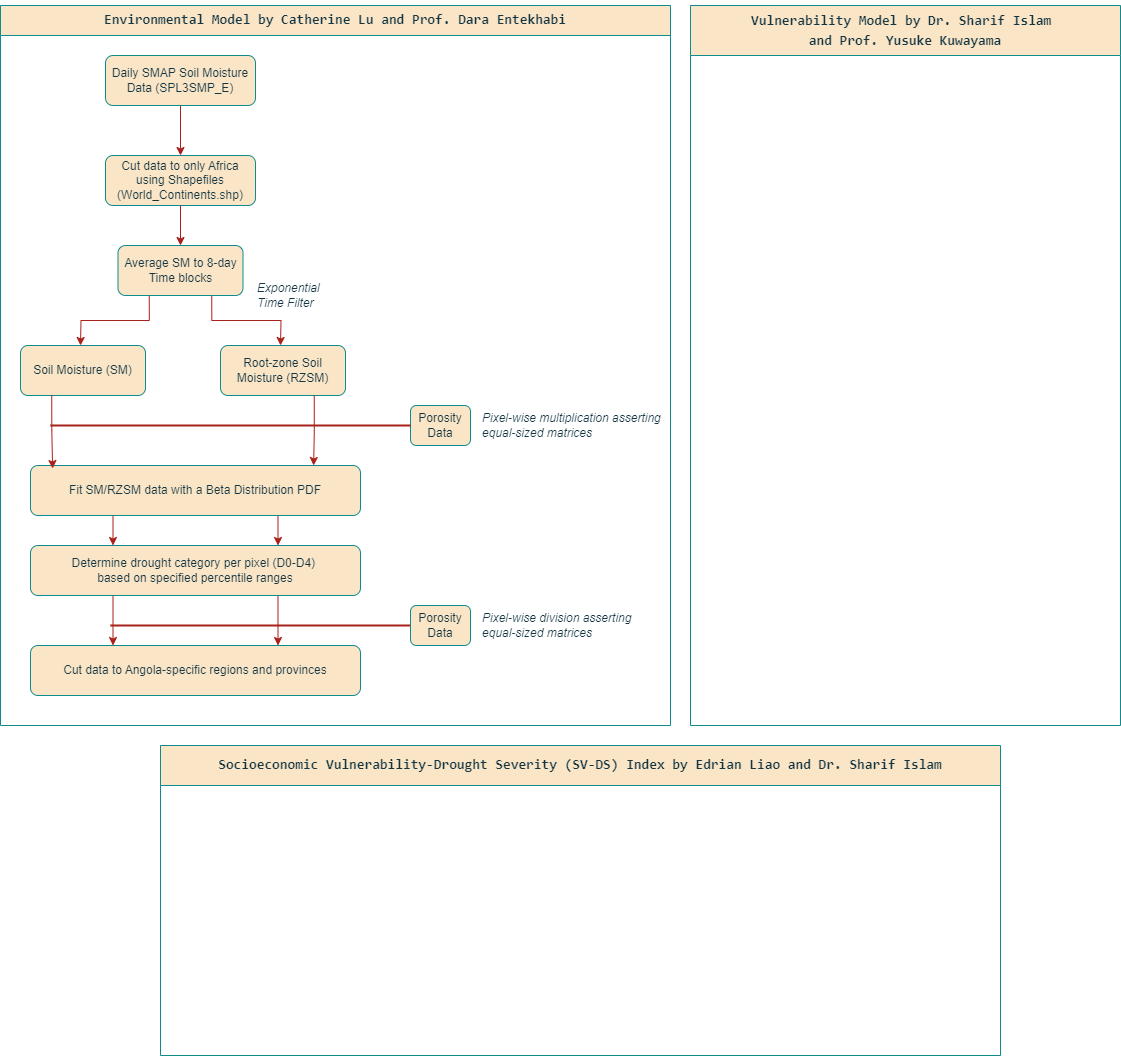
edrian-liao/angola-drought keeps this draw.io diagram as figures/SMAP_data_processing.png. Above is the earlier version. Source tidied: cells renumbered, new cells last; positions are measured from the earlier drawing's top-left corner, leaving out a move shared by most shapes.
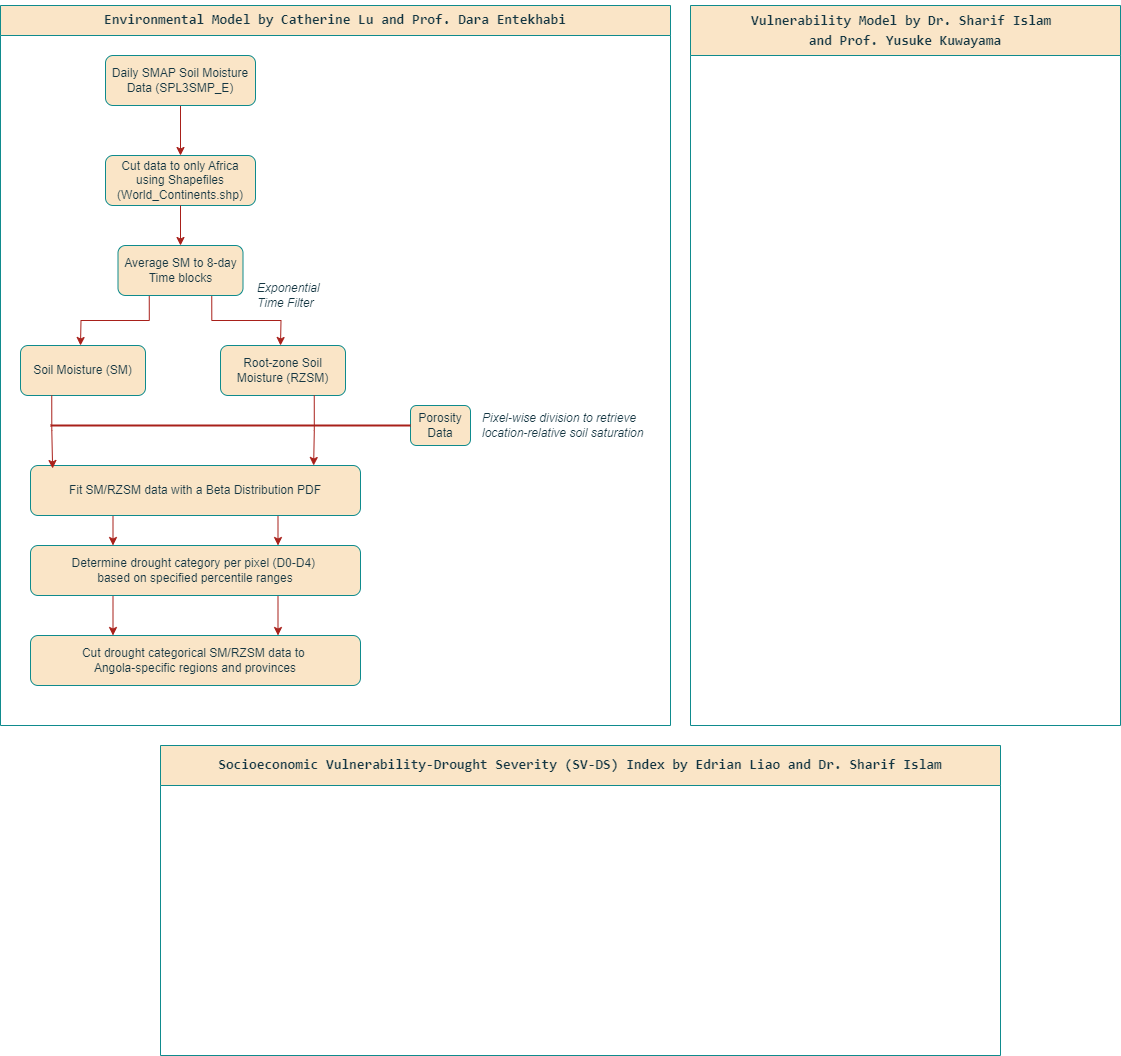
Later version of the same file.

The edit, as a diff of the source:
```diff
@@ -53,8 +53,8 @@
     <mxCell id="16" value="Porosity Data" style="rounded=1;whiteSpace=wrap;html=1;labelBackgroundColor=none;fillColor=#FAE5C7;strokeColor=#0F8B8D;fontColor=#143642;" parent="1" vertex="1">
       <mxGeometry x="410" y="400" width="60" height="40" as="geometry" />
     </mxCell>
-    <mxCell id="17" value="&lt;i&gt;Pixel-wise multiplication asserting&amp;nbsp;&lt;/i&gt;&lt;div&gt;&lt;i&gt;equal-sized matrices&lt;/i&gt;&lt;/div&gt;" style="text;html=1;align=left;verticalAlign=middle;strokeColor=none;fillColor=none;labelBackgroundColor=none;fontColor=#143642;" parent="1" vertex="1">
-      <mxGeometry x="480" y="400" width="210" height="40" as="geometry" />
+    <mxCell id="17" value="&lt;i&gt;Pixel-wise division to retrieve&lt;/i&gt;&lt;div&gt;&lt;i&gt;location-relative soil saturation&amp;nbsp;&lt;/i&gt;&lt;/div&gt;" style="text;html=1;align=left;verticalAlign=middle;strokeColor=none;fillColor=none;labelBackgroundColor=none;fontColor=#143642;" parent="1" vertex="1">
+      <mxGeometry x="480" y="400" width="190" height="40" as="geometry" />
     </mxCell>
     <mxCell id="18" style="edgeStyle=orthogonalEdgeStyle;rounded=0;jettySize=auto;html=1;exitX=0.25;exitY=1;exitDx=0;exitDy=0;entryX=0.25;entryY=0;entryDx=0;entryDy=0;labelBackgroundColor=none;strokeColor=#A8201A;fontColor=default;" parent="1" edge="1" source="20" target="14">
       <mxGeometry relative="1" as="geometry" />
@@ -65,34 +65,23 @@
     <mxCell id="20" value="Fit SM/RZSM data with a Beta Distribution PDF" style="rounded=1;whiteSpace=wrap;html=1;labelBackgroundColor=none;fillColor=#FAE5C7;strokeColor=#0F8B8D;fontColor=#143642;" parent="1" vertex="1">
       <mxGeometry x="30" y="460" width="330" height="50" as="geometry" />
     </mxCell>
-    <mxCell id="21" value="&lt;i&gt;Pixel-wise division asserting&amp;nbsp;&lt;/i&gt;&lt;div&gt;&lt;i&gt;equal-sized matrices&lt;/i&gt;&lt;/div&gt;" style="text;html=1;align=left;verticalAlign=middle;strokeColor=none;fillColor=none;labelBackgroundColor=none;fontColor=#143642;" parent="1" vertex="1">
-      <mxGeometry x="480" y="600" width="180" height="40" as="geometry" />
-    </mxCell>
-    <mxCell id="22" style="endArrow=none;html=1;rounded=0;strokeWidth=2;entryX=0;entryY=0.5;entryDx=0;entryDy=0;labelBackgroundColor=none;strokeColor=#A8201A;fontColor=default;" parent="1" edge="1" target="24">
-      <mxGeometry relative="1" as="geometry">
-        <mxPoint x="110" y="620" as="sourcePoint" />
-      </mxGeometry>
-    </mxCell>
     <mxCell id="23" style="endArrow=none;html=1;rounded=0;entryX=0;entryY=0.5;entryDx=0;entryDy=0;strokeWidth=2;labelBackgroundColor=none;strokeColor=#A8201A;fontColor=default;" parent="1" edge="1" target="16">
       <mxGeometry relative="1" as="geometry">
         <mxPoint x="50" y="420" as="sourcePoint" />
       </mxGeometry>
     </mxCell>
-    <mxCell id="24" value="Porosity Data" style="rounded=1;whiteSpace=wrap;html=1;labelBackgroundColor=none;fillColor=#FAE5C7;strokeColor=#0F8B8D;fontColor=#143642;" parent="1" vertex="1">
-      <mxGeometry x="410" y="600" width="60" height="40" as="geometry" />
-    </mxCell>
     <mxCell id="25" style="edgeStyle=orthogonalEdgeStyle;rounded=0;jettySize=auto;html=1;exitX=0.25;exitY=1;exitDx=0;exitDy=0;entryX=0.067;entryY=0.06;entryDx=0;entryDy=0;entryPerimeter=0;labelBackgroundColor=none;strokeColor=#A8201A;fontColor=default;" parent="1" edge="1" source="11" target="20">
       <mxGeometry relative="1" as="geometry" />
     </mxCell>
     <mxCell id="26" style="edgeStyle=orthogonalEdgeStyle;rounded=0;jettySize=auto;html=1;exitX=0.75;exitY=1;exitDx=0;exitDy=0;entryX=0.858;entryY=0;entryDx=0;entryDy=0;entryPerimeter=0;labelBackgroundColor=none;strokeColor=#A8201A;fontColor=default;" parent="1" edge="1" source="10" target="20">
       <mxGeometry relative="1" as="geometry" />
     </mxCell>
+    <mxCell id="28" value="&lt;pre&gt;&lt;font style=&quot;font-size: 14px;&quot;&gt;Environmental Model by Catherine Lu and Prof. Dara Entekhabi&lt;/font&gt;&lt;/pre&gt;" style="swimlane;whiteSpace=wrap;html=1;startSize=30;labelBackgroundColor=none;fillColor=#FAE5C7;strokeColor=#0F8B8D;fontColor=#143642;" parent="1" vertex="1">
+      <mxGeometry width="670" height="720" as="geometry" />
+    </mxCell>
-    <mxCell id="27" value="Cut data to Angola-specific regions and provinces" style="rounded=1;whiteSpace=wrap;html=1;fontSize=12;glass=0;strokeWidth=1;shadow=0;labelBackgroundColor=none;fillColor=#FAE5C7;strokeColor=#0F8B8D;fontColor=#143642;" parent="1" vertex="1">
-      <mxGeometry x="30" y="640" width="330" height="50" as="geometry" />
+    <mxCell id="27" value="Cut drought categorical SM/RZSM data to&amp;nbsp;&lt;div&gt;Angola-specific regions and provinces&lt;/div&gt;" style="rounded=1;whiteSpace=wrap;html=1;fontSize=12;glass=0;strokeWidth=1;shadow=0;labelBackgroundColor=none;fillColor=#FAE5C7;strokeColor=#0F8B8D;fontColor=#143642;" parent="28" vertex="1">
+      <mxGeometry x="30" y="630" width="330" height="50" as="geometry" />
     </mxCell>
-    <mxCell id="28" value="&lt;pre&gt;&lt;font style=&quot;font-size: 14px;&quot;&gt;Environmental Model by Catherine Lu and Prof. Dara Entekhabi&lt;/font&gt;&lt;/pre&gt;" style="swimlane;whiteSpace=wrap;html=1;startSize=30;labelBackgroundColor=none;fillColor=#FAE5C7;strokeColor=#0F8B8D;fontColor=#143642;" parent="1" vertex="1">
-      <mxGeometry width="670" height="720" as="geometry" />
-    </mxCell>
     <mxCell id="29" value="&lt;p style=&quot;line-height: 100%;&quot;&gt;&lt;/p&gt;&lt;pre style=&quot;line-height: 40%; font-size: 14px;&quot;&gt;&lt;font style=&quot;font-size: 14px;&quot;&gt;Vulnerability Model by Dr. Sharif Islam &lt;/font&gt;&lt;/pre&gt;&lt;pre style=&quot;line-height: 40%; font-size: 14px;&quot;&gt;&lt;font style=&quot;font-size: 14px;&quot;&gt;and Prof. Yusuke Kuwayama&lt;/font&gt;&lt;/pre&gt;&lt;p&gt;&lt;/p&gt;" style="swimlane;whiteSpace=wrap;html=1;strokeColor=#0F8B8D;fontColor=#143642;fillColor=#FAE5C7;startSize=50;labelBackgroundColor=none;" parent="1" vertex="1">
       <mxGeometry x="690" width="430" height="720" as="geometry" />
     </mxCell>
```
